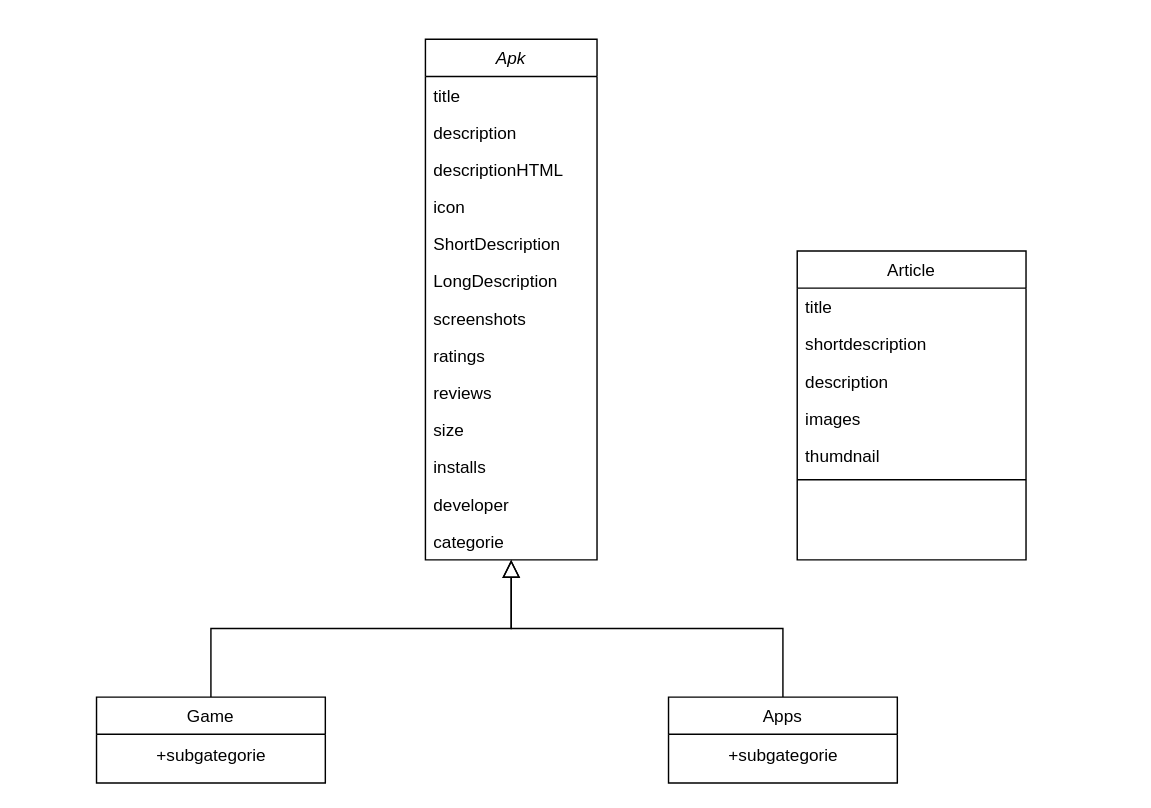
Above: page "diagrame de class" (1 of 5) of Diagramme sans nom.drawio in amine-ui/Test-React (draw.io), before the change. Source tidied: cells renumbered, new cells numbered last; positions are measured from the earlier drawing's top-left corner, leaving out a move shared by most shapes. Both pictures are drawn from the tidied source at 143%, with x=0, y=0 at pixel (96, 39).
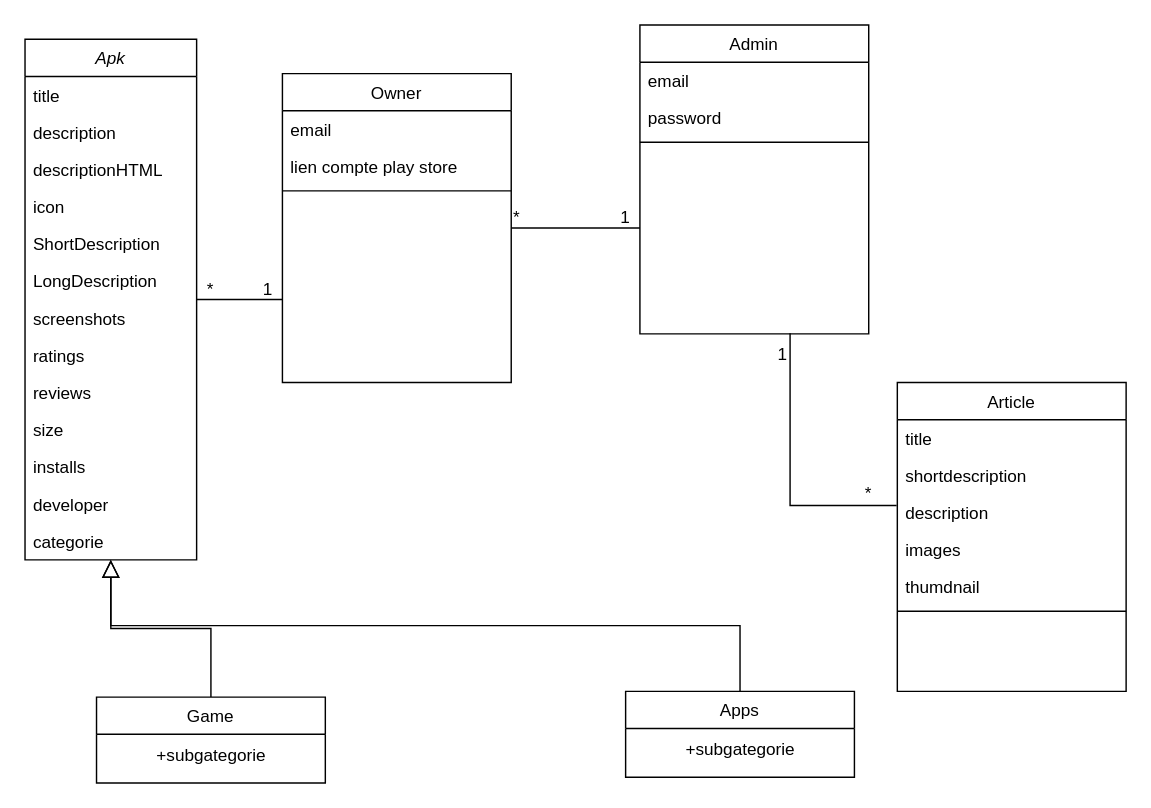
The same diagram, later.

Change to the diagram source:
```diff
@@
     <mxCell id="2" value="Apk" style="swimlane;fontStyle=2;align=center;verticalAlign=top;horizontal=1;startSize=26;rounded=0;shadow=0;strokeWidth=1;" parent="1" vertex="1">
-      <mxGeometry x="230" width="120" height="364" as="geometry" />
+      <mxGeometry x="-50" width="120" height="364" as="geometry" />
     </mxCell>
@@
     <mxCell id="19" value="Apps" style="swimlane;fontStyle=0;align=center;verticalAlign=top;horizontal=1;startSize=26;rounded=0;shadow=0;strokeWidth=1;" parent="1" vertex="1">
-      <mxGeometry x="400" y="460" width="160" height="60" as="geometry" />
+      <mxGeometry x="370" y="456" width="160" height="60" as="geometry" />
     </mxCell>
@@
     <mxCell id="22" value="Article" style="swimlane;fontStyle=0;align=center;verticalAlign=top;horizontal=1;startSize=26;rounded=0;shadow=0;strokeWidth=1;" parent="1" vertex="1">
-      <mxGeometry x="490" y="148" width="160" height="216" as="geometry" />
+      <mxGeometry x="560" y="240" width="160" height="216" as="geometry" />
     </mxCell>
@@
+    <mxCell id="29" value="Owner" style="swimlane;fontStyle=0;align=center;verticalAlign=top;horizontal=1;startSize=26;rounded=0;shadow=0;strokeWidth=1;" parent="1" vertex="1">
+      <mxGeometry x="130" y="24" width="160" height="216" as="geometry" />
+    </mxCell>
+    <mxCell id="30" value="email" style="text;align=left;verticalAlign=top;spacingLeft=4;spacingRight=4;overflow=hidden;" parent="29" vertex="1">
+      <mxGeometry y="26" width="160" height="26" as="geometry" />
+    </mxCell>
+    <mxCell id="31" value="lien compte play store" style="text;align=left;verticalAlign=top;spacingLeft=4;spacingRight=4;overflow=hidden;rounded=0;shadow=0;html=0;" parent="29" vertex="1">
+      <mxGeometry y="52" width="160" height="26" as="geometry" />
+    </mxCell>
+    <mxCell id="32" style="line;html=1;strokeWidth=1;align=left;verticalAlign=middle;spacingTop=-1;spacingLeft=3;spacingRight=3;labelPosition=right;" parent="29" vertex="1">
+      <mxGeometry y="78" width="160" height="8" as="geometry" />
+    </mxCell>
+    <mxCell id="33" style="endArrow=none;html=1;rounded=0;" parent="1" edge="1" target="2">
+      <mxGeometry relative="1" as="geometry">
+        <mxPoint x="130" y="182" as="sourcePoint" />
+      </mxGeometry>
+    </mxCell>
+    <mxCell id="34" value="Admin" style="swimlane;fontStyle=0;align=center;verticalAlign=top;horizontal=1;startSize=26;rounded=0;shadow=0;strokeWidth=1;" parent="1" vertex="1">
+      <mxGeometry x="380" y="-10" width="160" height="216" as="geometry" />
+    </mxCell>
+    <mxCell id="35" value="email" style="text;align=left;verticalAlign=top;spacingLeft=4;spacingRight=4;overflow=hidden;" parent="34" vertex="1">
+      <mxGeometry y="26" width="160" height="26" as="geometry" />
+    </mxCell>
+    <mxCell id="36" value="password" style="text;align=left;verticalAlign=top;spacingLeft=4;spacingRight=4;overflow=hidden;rounded=0;shadow=0;html=0;" parent="34" vertex="1">
+      <mxGeometry y="52" width="160" height="26" as="geometry" />
+    </mxCell>
+    <mxCell id="37" style="line;html=1;strokeWidth=1;align=left;verticalAlign=middle;spacingTop=-1;spacingLeft=3;spacingRight=3;labelPosition=right;" parent="34" vertex="1">
+      <mxGeometry y="78" width="160" height="8" as="geometry" />
+    </mxCell>
+    <mxCell id="38" style="endArrow=none;html=1;rounded=0;exitX=1;exitY=0.5;exitDx=0;exitDy=0;" parent="1" edge="1" source="29">
+      <mxGeometry relative="1" as="geometry">
+        <mxPoint x="380" y="132" as="targetPoint" />
+      </mxGeometry>
+    </mxCell>
+    <mxCell id="39" style="shape=partialRectangle;whiteSpace=wrap;html=1;bottom=0;right=0;fillColor=none;rotation=-90;" parent="1" vertex="1">
+      <mxGeometry x="462" y="229" width="120" height="74" as="geometry" />
+    </mxCell>
+    <mxCell id="40" value="*" style="text;strokeColor=none;align=center;fillColor=none;html=1;verticalAlign=middle;whiteSpace=wrap;rounded=0;" parent="1" vertex="1">
+      <mxGeometry x="50" y="160" width="60" height="30" as="geometry" />
+    </mxCell>
+    <mxCell id="41" value="1" style="text;strokeColor=none;align=center;fillColor=none;html=1;verticalAlign=middle;whiteSpace=wrap;rounded=0;" parent="1" vertex="1">
+      <mxGeometry x="90" y="160" width="60" height="30" as="geometry" />
+    </mxCell>
+    <mxCell id="42" value="*" style="text;strokeColor=none;align=center;fillColor=none;html=1;verticalAlign=middle;whiteSpace=wrap;rounded=0;" parent="1" vertex="1">
+      <mxGeometry x="264" y="110" width="60" height="30" as="geometry" />
+    </mxCell>
+    <mxCell id="43" value="1" style="text;strokeColor=none;align=center;fillColor=none;html=1;verticalAlign=middle;whiteSpace=wrap;rounded=0;" parent="1" vertex="1">
+      <mxGeometry x="340" y="110" width="60" height="30" as="geometry" />
+    </mxCell>
+    <mxCell id="44" value="*" style="text;strokeColor=none;align=center;fillColor=none;html=1;verticalAlign=middle;whiteSpace=wrap;rounded=0;" parent="1" vertex="1">
+      <mxGeometry x="510" y="303" width="60" height="30" as="geometry" />
+    </mxCell>
+    <mxCell id="45" value="1" style="text;strokeColor=none;align=center;fillColor=none;html=1;verticalAlign=middle;whiteSpace=wrap;rounded=0;" parent="1" vertex="1">
+      <mxGeometry x="450" y="206" width="60" height="30" as="geometry" />
+    </mxCell>
```
